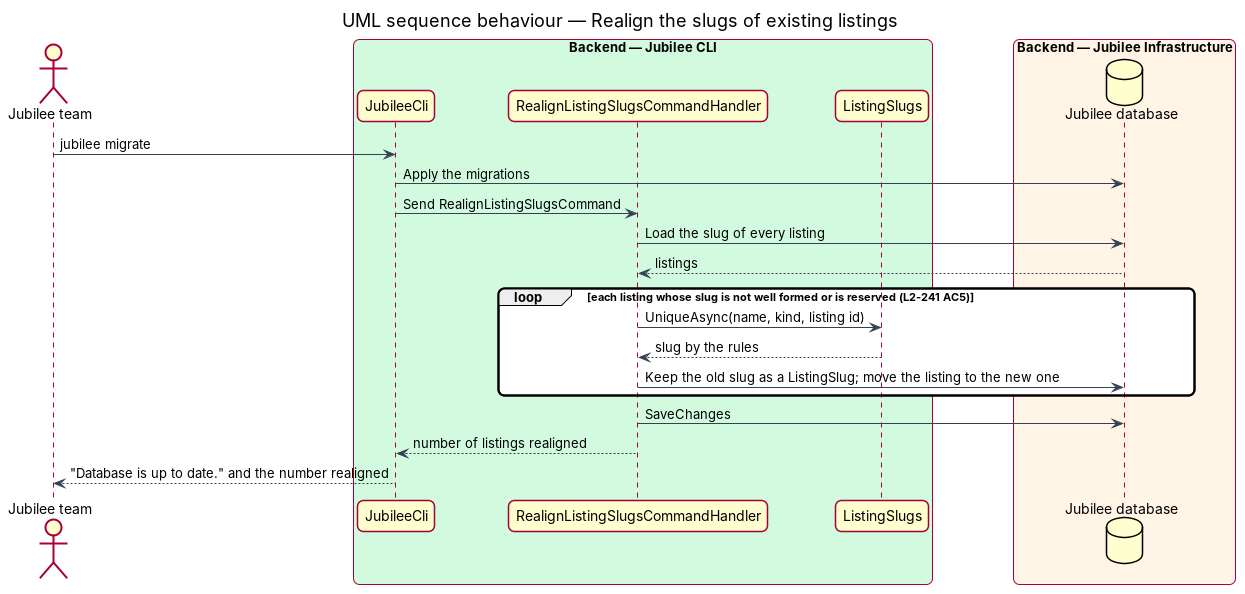
The PlantUML diagram docs/detailed-designs/listings/give-listing-an-address/diagrams/sequence-realign-slugs.png in QuinntyneBrown/jubilee, before a commit. Its source is kept beside it as docs/detailed-designs/listings/give-listing-an-address/diagrams/sequence-realign-slugs.puml.
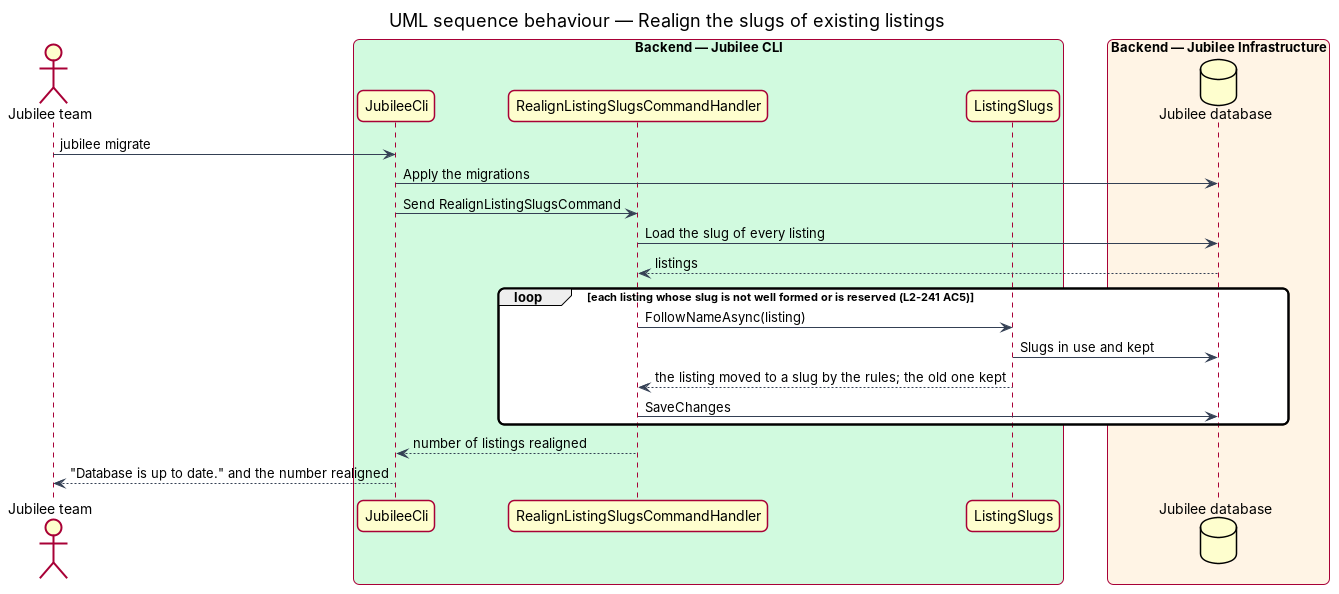
Later version of the same file.

The edit, as a diff of the source:
```diff
@@ -29,11 +29,11 @@
 handler -> db : Load the slug of every listing
 db --> handler : listings
 loop each listing whose slug is not well formed or is reserved (L2-241 AC5)
-  handler -> slugs : UniqueAsync(name, kind, listing id)
-  slugs --> handler : slug by the rules
-  handler -> db : Keep the old slug as a ListingSlug; move the listing to the new one
+  handler -> slugs : FollowNameAsync(listing)
+  slugs -> db : Slugs in use and kept
+  slugs --> handler : the listing moved to a slug by the rules; the old one kept
+  handler -> db : SaveChanges
 end
-handler -> db : SaveChanges
 handler --> cli : number of listings realigned
 cli --> team : "Database is up to date." and the number realigned
 @enduml
```
